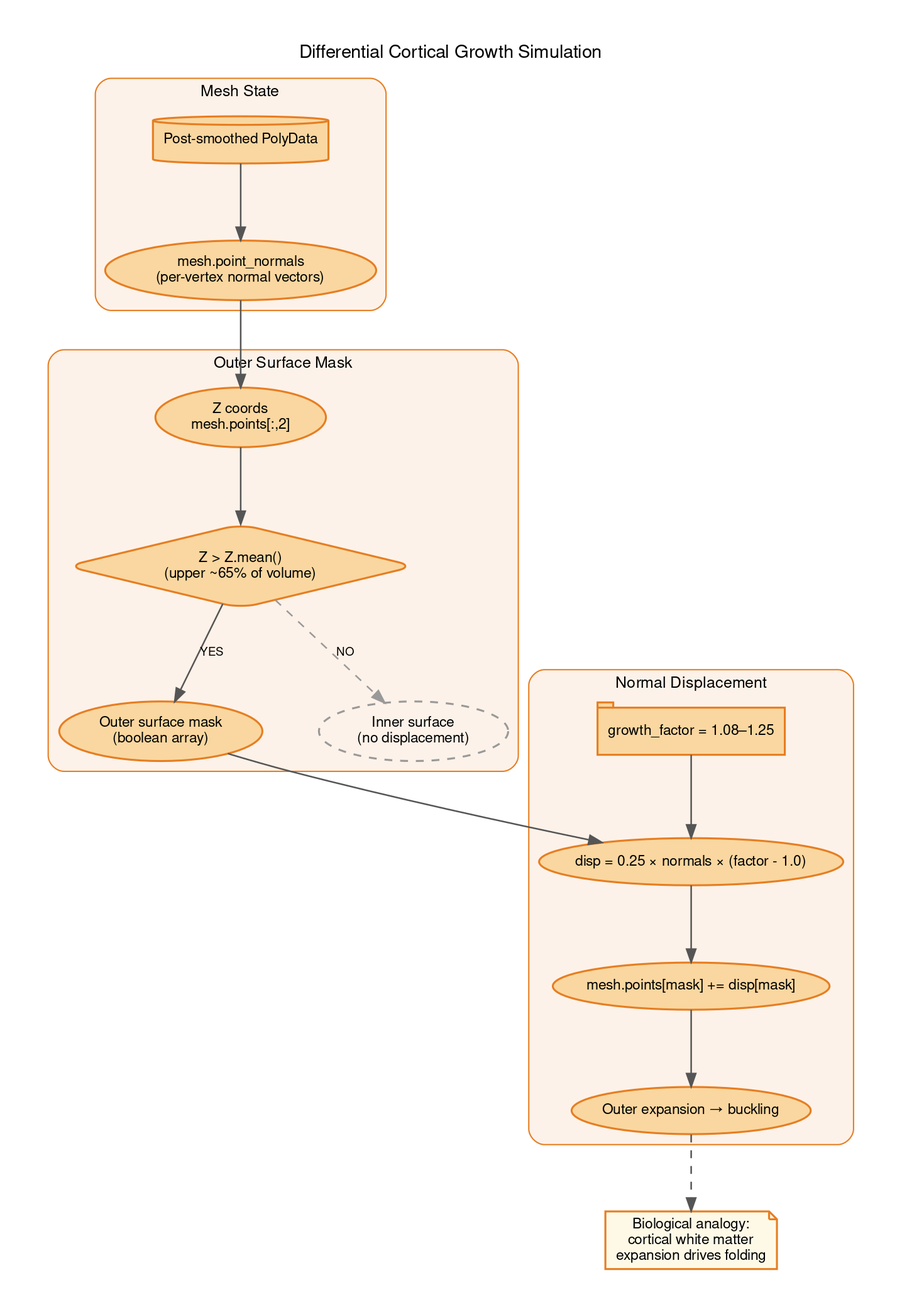
Above: docs/diagrams_25/09_biological_growth.png in danindiana/hilbertbrane (Graphviz), before the change. Its source is kept beside it as docs/diagrams_25/09_biological_growth.dot. Its diagram source:
```dot
digraph G {
    graph [
        fontname="Helvetica,Arial,sans-serif"
        bgcolor="#ffffff"
        splines=spline
        nodesep=0.6
        ranksep=0.8
        pad=0.4
        labelloc="t"
        labeljust="c"
        fontsize=14
    ]
    node [fontname="Helvetica,Arial,sans-serif" fontsize=11 style="filled,rounded" penwidth=1.5]
    edge [fontname="Helvetica,Arial,sans-serif" fontsize=9 color="#555555" penwidth=1.2]
    graph [label="Differential Cortical Growth Simulation" rankdir="TB"]

    subgraph cluster_state {
        label="Mesh State"
        style="filled,rounded" fillcolor="#FDF2E9" color="#E67E22" fontsize=12
        fontname="Helvetica,Arial,sans-serif"

        ms1 [label="Post-smoothed PolyData" shape=cylinder fillcolor="#FAD7A0" color="#E67E22"]
        ms2 [label="mesh.point_normals\n(per-vertex normal vectors)" fillcolor="#FAD7A0" color="#E67E22"]
        ms1 -> ms2
    }

    subgraph cluster_mask {
        label="Outer Surface Mask"
        style="filled,rounded" fillcolor="#FDF2E9" color="#E67E22" fontsize=12
        fontname="Helvetica,Arial,sans-serif"

        mk1 [label="Z coords\nmesh.points[:,2]" fillcolor="#FAD7A0" color="#E67E22"]
        mk2 [label="Z > Z.mean()\n(upper ~65% of volume)" shape=diamond fillcolor="#FAD7A0" color="#E67E22"]
        mk3 [label="Outer surface mask\n(boolean array)" fillcolor="#FAD7A0" color="#E67E22"]
        mki [label="Inner surface\n(no displacement)" style=dashed fillcolor="#FDEBD0" color="#999999"]
        mk1 -> mk2
        mk2 -> mk3 [label="YES"]
        mk2 -> mki [label="NO" style=dashed color="#999999"]
    }

    subgraph cluster_disp {
        label="Normal Displacement"
        style="filled,rounded" fillcolor="#FDF2E9" color="#E67E22" fontsize=12
        fontname="Helvetica,Arial,sans-serif"

        dp1 [label="growth_factor = 1.08–1.25" shape=tab fillcolor="#FAD7A0" color="#E67E22"]
        dp2 [label="disp = 0.25 × normals × (factor - 1.0)" fillcolor="#FAD7A0" color="#E67E22"]
        dp3 [label="mesh.points[mask] += disp[mask]" fillcolor="#FAD7A0" color="#E67E22"]
        dp4 [label="Outer expansion → buckling" shape=ellipse fillcolor="#FAD7A0" color="#E67E22"]
        dp1 -> dp2 -> dp3 -> dp4
    }

    bio [label="Biological analogy:\ncortical white matter\nexpansion drives folding" shape=note fillcolor="#FEF9E7" color="#E67E22"]

    ms2 -> mk1
    mk3 -> dp2
    dp4 -> bio [style=dashed]
}
```
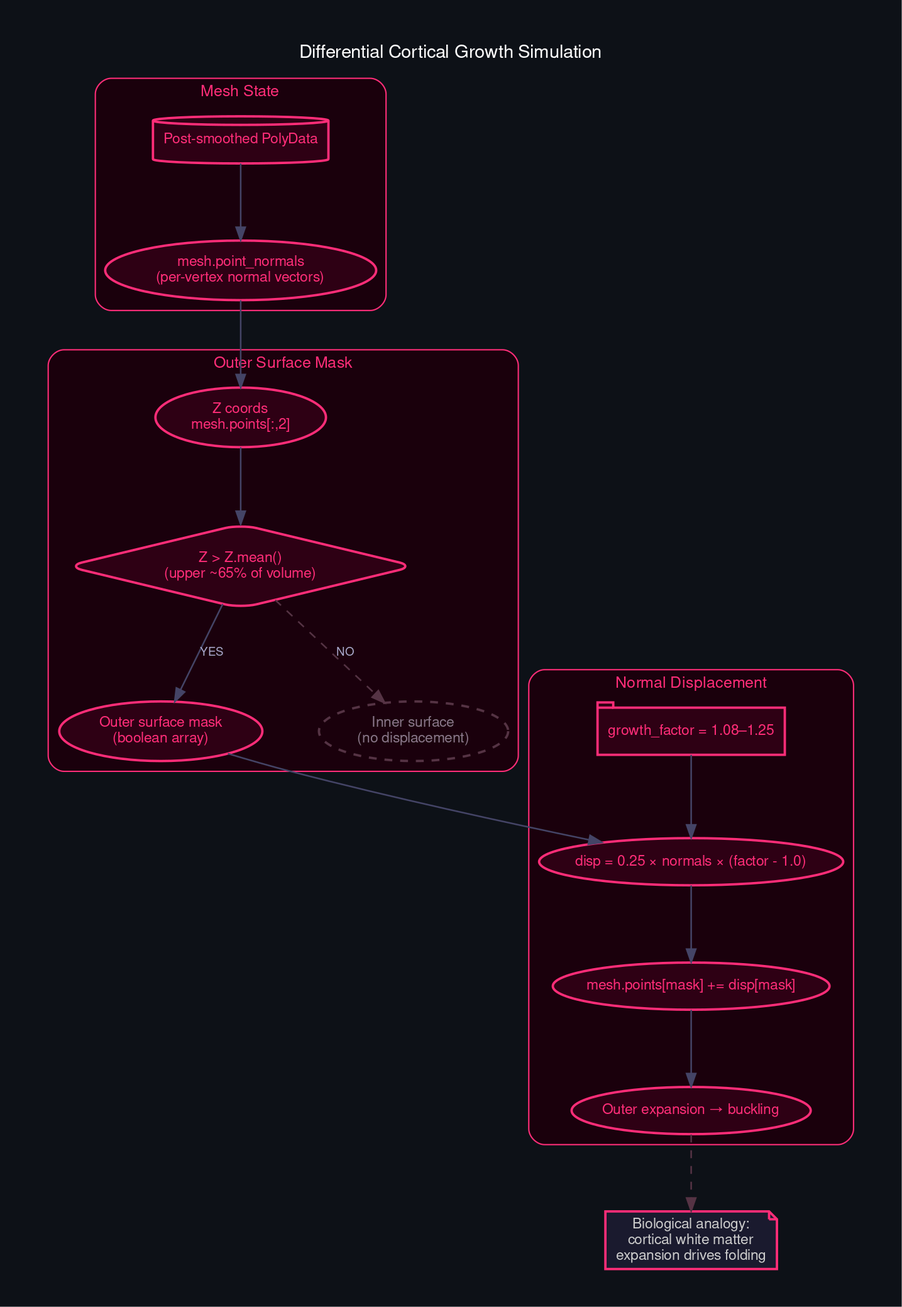
After the commit.

The edit, as a diff of the source:
```diff
@@ -1,7 +1,8 @@
 digraph G {
     graph [
         fontname="Helvetica,Arial,sans-serif"
-        bgcolor="#ffffff"
+        bgcolor="#0d1117"
+        fontcolor="white"
         splines=spline
         nodesep=0.6
         ranksep=0.8
@@ -10,49 +11,49 @@
         labeljust="c"
         fontsize=14
     ]
-    node [fontname="Helvetica,Arial,sans-serif" fontsize=11 style="filled,rounded" penwidth=1.5]
-    edge [fontname="Helvetica,Arial,sans-serif" fontsize=9 color="#555555" penwidth=1.2]
+    node [fontname="Helvetica,Arial,sans-serif" fontsize=11 style="filled,rounded" penwidth=1.8 fontcolor="white"]
+    edge [fontname="Helvetica,Arial,sans-serif" fontsize=9 color="#444466" penwidth=1.2 fontcolor="#aaaacc"]
     graph [label="Differential Cortical Growth Simulation" rankdir="TB"]
 
     subgraph cluster_state {
         label="Mesh State"
-        style="filled,rounded" fillcolor="#FDF2E9" color="#E67E22" fontsize=12
-        fontname="Helvetica,Arial,sans-serif"
+        style="filled,rounded" fillcolor="#1a000c" color="#ff2d78" fontsize=12
+        fontname="Helvetica,Arial,sans-serif" fontcolor="#ff2d78"
 
-        ms1 [label="Post-smoothed PolyData" shape=cylinder fillcolor="#FAD7A0" color="#E67E22"]
-        ms2 [label="mesh.point_normals\n(per-vertex normal vectors)" fillcolor="#FAD7A0" color="#E67E22"]
+        ms1 [label="Post-smoothed PolyData" shape=cylinder fillcolor="#2e0014" color="#ff2d78" fontcolor="#ff2d78"]
+        ms2 [label="mesh.point_normals\n(per-vertex normal vectors)" fillcolor="#2e0014" color="#ff2d78" fontcolor="#ff2d78"]
         ms1 -> ms2
     }
 
     subgraph cluster_mask {
         label="Outer Surface Mask"
-        style="filled,rounded" fillcolor="#FDF2E9" color="#E67E22" fontsize=12
-        fontname="Helvetica,Arial,sans-serif"
+        style="filled,rounded" fillcolor="#1a000c" color="#ff2d78" fontsize=12
+        fontname="Helvetica,Arial,sans-serif" fontcolor="#ff2d78"
 
-        mk1 [label="Z coords\nmesh.points[:,2]" fillcolor="#FAD7A0" color="#E67E22"]
-        mk2 [label="Z > Z.mean()\n(upper ~65% of volume)" shape=diamond fillcolor="#FAD7A0" color="#E67E22"]
-        mk3 [label="Outer surface mask\n(boolean array)" fillcolor="#FAD7A0" color="#E67E22"]
-        mki [label="Inner surface\n(no displacement)" style=dashed fillcolor="#FDEBD0" color="#999999"]
+        mk1 [label="Z coords\nmesh.points[:,2]" fillcolor="#2e0014" color="#ff2d78" fontcolor="#ff2d78"]
+        mk2 [label="Z > Z.mean()\n(upper ~65% of volume)" shape=diamond fillcolor="#2e0014" color="#ff2d78" fontcolor="#ff2d78"]
+        mk3 [label="Outer surface mask\n(boolean array)" fillcolor="#2e0014" color="#ff2d78" fontcolor="#ff2d78"]
+        mki [label="Inner surface\n(no displacement)" style=dashed fillcolor="#1a0010" color="#553344" fontcolor="#887788"]
         mk1 -> mk2
         mk2 -> mk3 [label="YES"]
-        mk2 -> mki [label="NO" style=dashed color="#999999"]
+        mk2 -> mki [label="NO" style=dashed color="#553344"]
     }
 
     subgraph cluster_disp {
         label="Normal Displacement"
-        style="filled,rounded" fillcolor="#FDF2E9" color="#E67E22" fontsize=12
-        fontname="Helvetica,Arial,sans-serif"
+        style="filled,rounded" fillcolor="#1a000c" color="#ff2d78" fontsize=12
+        fontname="Helvetica,Arial,sans-serif" fontcolor="#ff2d78"
 
-        dp1 [label="growth_factor = 1.08–1.25" shape=tab fillcolor="#FAD7A0" color="#E67E22"]
-        dp2 [label="disp = 0.25 × normals × (factor - 1.0)" fillcolor="#FAD7A0" color="#E67E22"]
-        dp3 [label="mesh.points[mask] += disp[mask]" fillcolor="#FAD7A0" color="#E67E22"]
-        dp4 [label="Outer expansion → buckling" shape=ellipse fillcolor="#FAD7A0" color="#E67E22"]
+        dp1 [label="growth_factor = 1.08–1.25" shape=tab fillcolor="#2e0014" color="#ff2d78" fontcolor="#ff2d78"]
+        dp2 [label="disp = 0.25 × normals × (factor - 1.0)" fillcolor="#2e0014" color="#ff2d78" fontcolor="#ff2d78"]
+        dp3 [label="mesh.points[mask] += disp[mask]" fillcolor="#2e0014" color="#ff2d78" fontcolor="#ff2d78"]
+        dp4 [label="Outer expansion → buckling" shape=ellipse fillcolor="#2e0014" color="#ff2d78" fontcolor="#ff2d78"]
         dp1 -> dp2 -> dp3 -> dp4
     }
 
-    bio [label="Biological analogy:\ncortical white matter\nexpansion drives folding" shape=note fillcolor="#FEF9E7" color="#E67E22"]
+    bio [label="Biological analogy:\ncortical white matter\nexpansion drives folding" shape=note fillcolor="#1a1a2e" color="#ff2d78" fontcolor="#cccccc"]
 
     ms2 -> mk1
     mk3 -> dp2
-    dp4 -> bio [style=dashed]
+    dp4 -> bio [style=dashed color="#553344"]
 }
```
